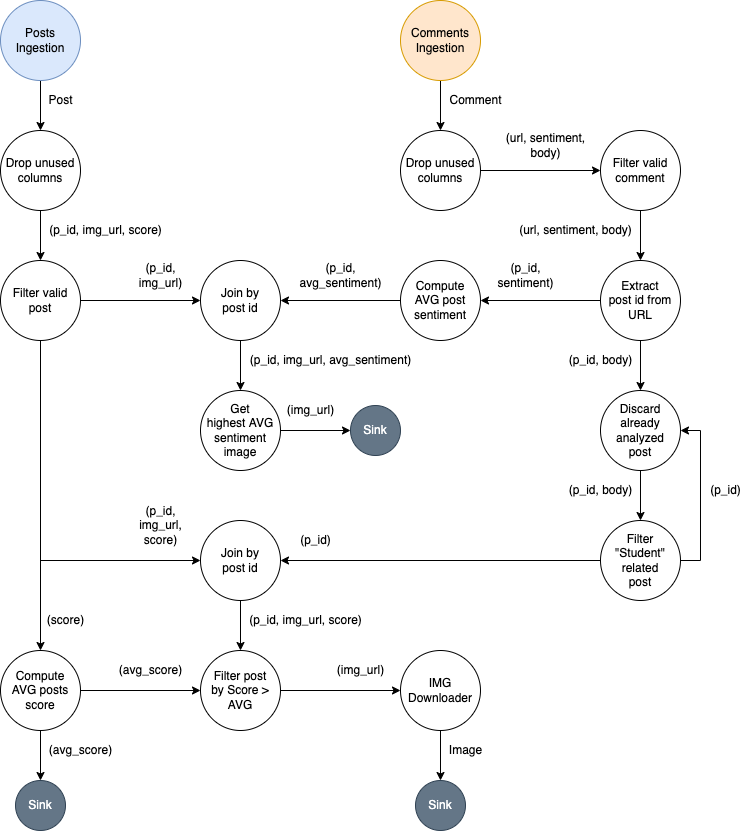
This is TP2/docs/diagrams/DAG.png from mauro7x/distribuidos, a draw.io export, as it was before one commit. Source tidied: cells renumbered, new cells last; positions are measured from the earlier drawing's top-left corner, leaving out a move shared by most shapes.
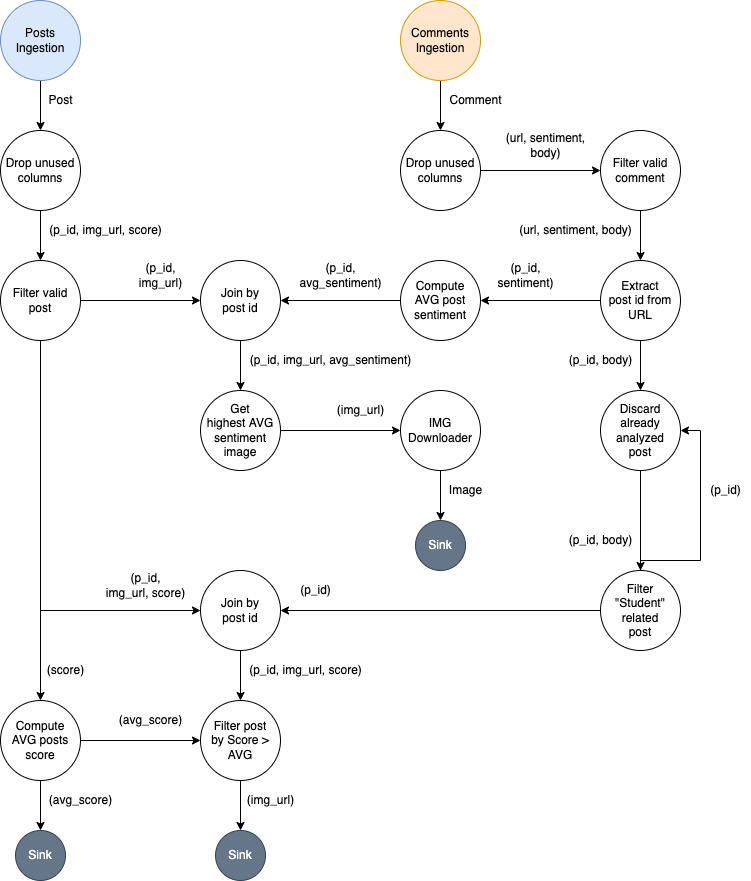
Above is the later version.

Change to the diagram source:
```diff
@@ -33,7 +33,7 @@
       <mxGeometry relative="1" as="geometry" />
     </mxCell>
     <mxCell id="12" value="Compute&lt;br&gt;AVG posts score" style="ellipse;whiteSpace=wrap;html=1;" parent="1" vertex="1">
-      <mxGeometry y="650" width="80" height="80" as="geometry" />
+      <mxGeometry y="700" width="80" height="80" as="geometry" />
     </mxCell>
     <mxCell id="13" style="edgeStyle=orthogonalEdgeStyle;rounded=0;jettySize=auto;html=1;" parent="1" edge="1" source="16" target="12">
       <mxGeometry relative="1" as="geometry" />
@@ -41,10 +41,10 @@
     <mxCell id="14" style="edgeStyle=orthogonalEdgeStyle;rounded=0;jettySize=auto;html=1;" parent="1" edge="1" source="16" target="27">
       <mxGeometry relative="1" as="geometry" />
     </mxCell>
-    <mxCell id="15" style="edgeStyle=orthogonalEdgeStyle;rounded=0;jettySize=auto;html=1;fontSize=10;" parent="1" edge="1" source="16" target="47">
+    <mxCell id="15" style="edgeStyle=orthogonalEdgeStyle;rounded=0;jettySize=auto;html=1;" parent="1" edge="1" source="16" target="47">
       <mxGeometry relative="1" as="geometry">
         <Array as="points">
-          <mxPoint x="40" y="560" />
+          <mxPoint x="40" y="610" />
         </Array>
       </mxGeometry>
     </mxCell>
@@ -52,10 +52,10 @@
       <mxGeometry y="260" width="80" height="80" as="geometry" />
     </mxCell>
     <mxCell id="17" value="Sink" style="ellipse;whiteSpace=wrap;html=1;fillColor=#647687;fontColor=#ffffff;strokeColor=#314354;" parent="1" vertex="1">
-      <mxGeometry x="15" y="780" width="50" height="50" as="geometry" />
+      <mxGeometry x="15" y="830" width="50" height="50" as="geometry" />
     </mxCell>
     <mxCell id="18" value="(avg_score)" style="text;html=1;align=center;verticalAlign=middle;strokeColor=none;fillColor=none;" parent="1" vertex="1">
-      <mxGeometry x="110" y="660" width="80" height="20" as="geometry" />
+      <mxGeometry x="110" y="710" width="80" height="20" as="geometry" />
     </mxCell>
     <mxCell id="19" style="edgeStyle=orthogonalEdgeStyle;rounded=0;jettySize=auto;html=1;" parent="1" edge="1" source="21" target="24">
       <mxGeometry relative="1" as="geometry" />
@@ -87,23 +87,20 @@
     <mxCell id="28" value="(p_id,&lt;br&gt;avg_sentiment)" style="text;html=1;align=center;verticalAlign=middle;strokeColor=none;fillColor=none;" parent="1" vertex="1">
       <mxGeometry x="290" y="260" width="100" height="30" as="geometry" />
     </mxCell>
-    <mxCell id="29" value="(p_id,&lt;br&gt;img_url,&lt;br&gt;score)" style="text;html=1;align=center;verticalAlign=middle;strokeColor=none;fillColor=none;" parent="1" vertex="1">
-      <mxGeometry x="130" y="500" width="60" height="50" as="geometry" />
+    <mxCell id="29" value="(p_id,&lt;br&gt;img_url, score)" style="text;html=1;align=center;verticalAlign=middle;strokeColor=none;fillColor=none;" parent="1" vertex="1">
+      <mxGeometry x="100" y="570" width="90" height="30" as="geometry" />
     </mxCell>
-    <mxCell id="30" style="edgeStyle=orthogonalEdgeStyle;rounded=0;jettySize=auto;html=1;fontSize=10;" parent="1" edge="1" source="31" target="33">
-      <mxGeometry relative="1" as="geometry" />
-    </mxCell>
+    <mxCell id="63" style="edgeStyle=orthogonalEdgeStyle;rounded=0;jettySize=auto;html=1;" parent="1" edge="1" source="31" target="61">
+      <mxGeometry relative="1" as="geometry" />
+    </mxCell>
     <mxCell id="31" value="Get&lt;br&gt;highest AVG sentiment image" style="ellipse;whiteSpace=wrap;html=1;" parent="1" vertex="1">
       <mxGeometry x="200" y="390" width="80" height="80" as="geometry" />
     </mxCell>
     <mxCell id="32" value="(p_id, img_url, avg_sentiment)" style="text;html=1;align=center;verticalAlign=middle;strokeColor=none;fillColor=none;" parent="1" vertex="1">
       <mxGeometry x="240" y="350" width="180" height="20" as="geometry" />
     </mxCell>
-    <mxCell id="33" value="Sink" style="ellipse;whiteSpace=wrap;html=1;fillColor=#647687;fontColor=#ffffff;strokeColor=#314354;" parent="1" vertex="1">
-      <mxGeometry x="350" y="405" width="50" height="50" as="geometry" />
-    </mxCell>
     <mxCell id="34" value="(img_url)" style="text;html=1;align=center;verticalAlign=middle;strokeColor=none;fillColor=none;" parent="1" vertex="1">
-      <mxGeometry x="280" y="400" width="60" height="20" as="geometry" />
+      <mxGeometry x="330" y="400" width="60" height="20" as="geometry" />
     </mxCell>
     <mxCell id="35" style="edgeStyle=orthogonalEdgeStyle;rounded=0;jettySize=auto;html=1;fontSize=10;" parent="1" edge="1" source="36" target="39">
       <mxGeometry relative="1" as="geometry" />
@@ -123,13 +120,13 @@
       <mxGeometry relative="1" as="geometry" />
     </mxCell>
     <mxCell id="39" value="Filter&lt;br&gt;&quot;Student&quot; related&lt;br&gt;post" style="ellipse;whiteSpace=wrap;html=1;" parent="1" vertex="1">
-      <mxGeometry x="600" y="520" width="80" height="80" as="geometry" />
+      <mxGeometry x="600" y="570" width="80" height="80" as="geometry" />
     </mxCell>
-    <mxCell id="40" style="edgeStyle=orthogonalEdgeStyle;rounded=0;jettySize=auto;html=1;" parent="1" edge="1" source="41" target="61">
-      <mxGeometry relative="1" as="geometry" />
-    </mxCell>
+    <mxCell id="64" style="edgeStyle=orthogonalEdgeStyle;rounded=0;jettySize=auto;html=1;" parent="1" edge="1" source="41" target="51">
+      <mxGeometry relative="1" as="geometry" />
+    </mxCell>
     <mxCell id="41" value="Filter post&lt;br&gt;by Score &amp;gt; AVG" style="ellipse;whiteSpace=wrap;html=1;" parent="1" vertex="1">
-      <mxGeometry x="200" y="650" width="80" height="80" as="geometry" />
+      <mxGeometry x="200" y="700" width="80" height="80" as="geometry" />
     </mxCell>
     <mxCell id="42" value="(p_id, body)" style="text;html=1;align=center;verticalAlign=middle;strokeColor=none;fillColor=none;" parent="1" vertex="1">
       <mxGeometry x="560" y="350" width="80" height="20" as="geometry" />
@@ -138,34 +135,34 @@
       <mxGeometry x="700" y="480" width="50" height="20" as="geometry" />
     </mxCell>
     <mxCell id="44" value="(p_id, body)" style="text;html=1;align=center;verticalAlign=middle;strokeColor=none;fillColor=none;" parent="1" vertex="1">
-      <mxGeometry x="560" y="480" width="80" height="20" as="geometry" />
+      <mxGeometry x="560" y="530" width="80" height="20" as="geometry" />
     </mxCell>
     <mxCell id="45" value="(p_id)" style="text;html=1;align=center;verticalAlign=middle;strokeColor=none;fillColor=none;" parent="1" vertex="1">
-      <mxGeometry x="290" y="530" width="50" height="20" as="geometry" />
+      <mxGeometry x="290" y="580" width="50" height="20" as="geometry" />
     </mxCell>
     <mxCell id="46" style="edgeStyle=orthogonalEdgeStyle;rounded=0;jettySize=auto;html=1;fontSize=10;" parent="1" edge="1" source="47" target="41">
       <mxGeometry relative="1" as="geometry" />
     </mxCell>
     <mxCell id="47" value="Join by&lt;br&gt;post id" style="ellipse;whiteSpace=wrap;html=1;" parent="1" vertex="1">
-      <mxGeometry x="200" y="520" width="80" height="80" as="geometry" />
+      <mxGeometry x="200" y="570" width="80" height="80" as="geometry" />
     </mxCell>
     <mxCell id="48" value="(p_id,&lt;br&gt;img_url)" style="text;html=1;align=center;verticalAlign=middle;strokeColor=none;fillColor=none;" parent="1" vertex="1">
       <mxGeometry x="130" y="260" width="60" height="30" as="geometry" />
     </mxCell>
     <mxCell id="49" value="(p_id, img_url, score)" style="text;html=1;align=center;verticalAlign=middle;strokeColor=none;fillColor=none;" parent="1" vertex="1">
-      <mxGeometry x="240" y="610" width="130" height="20" as="geometry" />
+      <mxGeometry x="240" y="660" width="130" height="20" as="geometry" />
     </mxCell>
     <mxCell id="50" value="(avg_score)" style="text;html=1;align=center;verticalAlign=middle;strokeColor=none;fillColor=none;" parent="1" vertex="1">
-      <mxGeometry x="40" y="740" width="80" height="20" as="geometry" />
+      <mxGeometry x="40" y="790" width="80" height="20" as="geometry" />
     </mxCell>
     <mxCell id="51" value="Sink" style="ellipse;whiteSpace=wrap;html=1;fillColor=#647687;fontColor=#ffffff;strokeColor=#314354;" parent="1" vertex="1">
-      <mxGeometry x="415" y="780" width="50" height="50" as="geometry" />
+      <mxGeometry x="215" y="830" width="50" height="50" as="geometry" />
     </mxCell>
     <mxCell id="52" value="(img_url)" style="text;html=1;align=center;verticalAlign=middle;strokeColor=none;fillColor=none;" parent="1" vertex="1">
-      <mxGeometry x="330" y="660" width="60" height="20" as="geometry" />
+      <mxGeometry x="240" y="790" width="60" height="20" as="geometry" />
     </mxCell>
     <mxCell id="53" value="(score)" style="text;html=1;align=center;verticalAlign=middle;strokeColor=none;fillColor=none;" parent="1" vertex="1">
-      <mxGeometry x="40" y="610" width="50" height="20" as="geometry" />
+      <mxGeometry x="40" y="660" width="50" height="20" as="geometry" />
     </mxCell>
     <mxCell id="54" style="edgeStyle=orthogonalEdgeStyle;rounded=0;jettySize=auto;html=1;" parent="1" edge="1" source="55" target="8">
       <mxGeometry relative="1" as="geometry" />
@@ -185,14 +182,17 @@
     <mxCell id="59" value="(url, sentiment,&lt;br&gt;body)" style="text;html=1;align=center;verticalAlign=middle;strokeColor=none;fillColor=none;" parent="1" vertex="1">
       <mxGeometry x="500" y="130" width="90" height="30" as="geometry" />
     </mxCell>
-    <mxCell id="60" style="edgeStyle=orthogonalEdgeStyle;rounded=0;jettySize=auto;html=1;" parent="1" edge="1" source="61" target="51">
-      <mxGeometry relative="1" as="geometry" />
-    </mxCell>
+    <mxCell id="65" style="edgeStyle=orthogonalEdgeStyle;rounded=0;jettySize=auto;html=1;" parent="1" edge="1" source="61" target="33">
+      <mxGeometry relative="1" as="geometry" />
+    </mxCell>
     <mxCell id="61" value="IMG&lt;br&gt;Downloader" style="ellipse;whiteSpace=wrap;html=1;" parent="1" vertex="1">
-      <mxGeometry x="400" y="650" width="80" height="80" as="geometry" />
+      <mxGeometry x="400" y="390" width="80" height="80" as="geometry" />
     </mxCell>
     <mxCell id="62" value="Image" style="text;html=1;align=center;verticalAlign=middle;strokeColor=none;fillColor=none;" parent="1" vertex="1">
-      <mxGeometry x="440" y="740" width="50" height="20" as="geometry" />
+      <mxGeometry x="440" y="480" width="50" height="20" as="geometry" />
     </mxCell>
+    <mxCell id="33" value="Sink" style="ellipse;whiteSpace=wrap;html=1;fillColor=#647687;fontColor=#ffffff;strokeColor=#314354;" parent="1" vertex="1">
+      <mxGeometry x="415" y="520" width="50" height="50" as="geometry" />
+    </mxCell>
   </root>
 </mxGraphModel>
```
